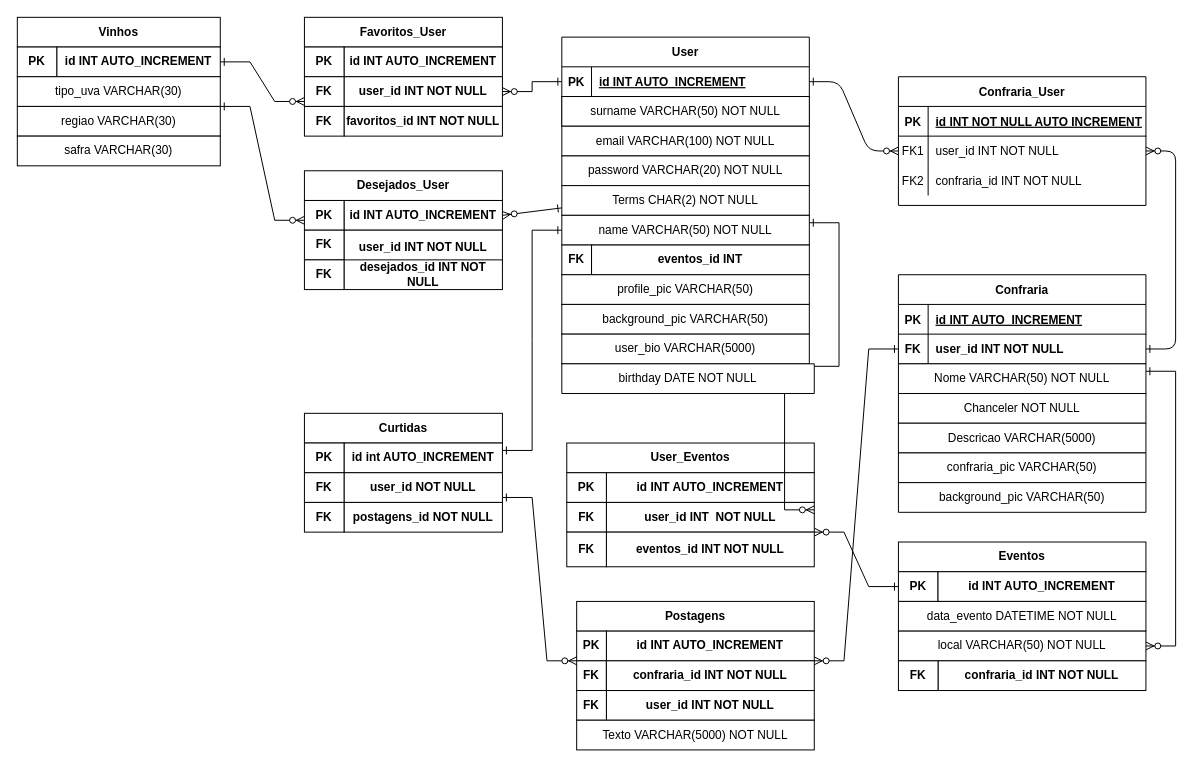
jairocket/projetoIntegrador-Wined keeps this draw.io diagram as ModeloBancoDeDados.drawio. Above is the earlier version. Source tidied: cells renumbered, new cells numbered last; positions are measured from the earlier drawing's top-left corner, leaving out a move shared by most shapes. Both pictures are drawn from the tidied source at 99%, with x=0, y=0 at pixel (17, 17).
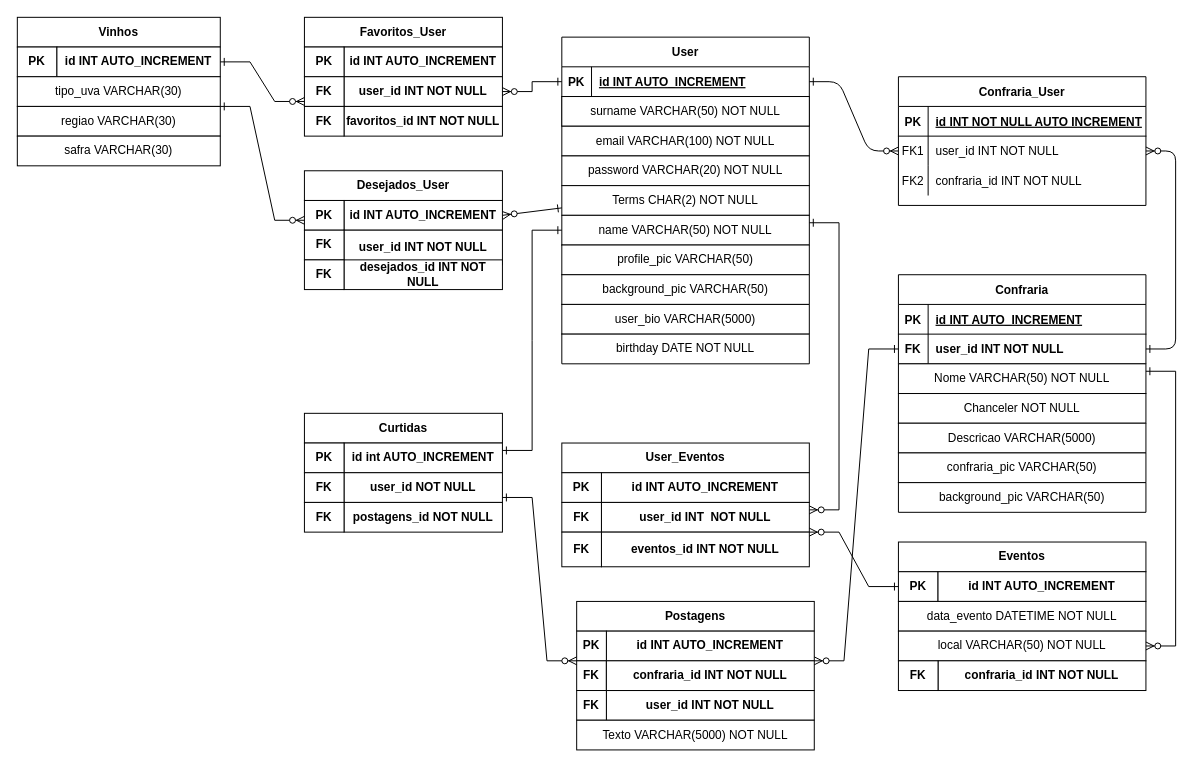
After the change.

Diff of the diagram source:
```diff
@@
     <mxCell id="63" value="&lt;b&gt;User_Eventos&lt;/b&gt;" style="rounded=0;whiteSpace=wrap;html=1;" parent="1" vertex="1">
-      <mxGeometry x="555" y="430" width="250" height="30" as="geometry" />
+      <mxGeometry x="550" y="430" width="250" height="30" as="geometry" />
     </mxCell>
     <mxCell id="64" value="&lt;b&gt;id INT AUTO_INCREMENT &lt;/b&gt;" style="rounded=0;whiteSpace=wrap;html=1;" parent="1" vertex="1">
-      <mxGeometry x="595" y="460" width="210" height="30" as="geometry" />
+      <mxGeometry x="590" y="460" width="210" height="30" as="geometry" />
     </mxCell>
     <mxCell id="65" value="&lt;b&gt;PK&lt;/b&gt;" style="rounded=0;whiteSpace=wrap;html=1;" parent="1" vertex="1">
-      <mxGeometry x="555" y="460" width="40" height="30" as="geometry" />
+      <mxGeometry x="550" y="460" width="40" height="30" as="geometry" />
     </mxCell>
     <mxCell id="66" value="&lt;b&gt;user_id INT&amp;nbsp; NOT NULL&lt;/b&gt;" style="rounded=0;whiteSpace=wrap;html=1;" parent="1" vertex="1">
-      <mxGeometry x="595" y="490" width="210" height="30" as="geometry" />
+      <mxGeometry x="590" y="490" width="210" height="30" as="geometry" />
     </mxCell>
     <mxCell id="67" value="&lt;b&gt;eventos_id INT NOT NULL&lt;/b&gt;" style="rounded=0;whiteSpace=wrap;html=1;" parent="1" vertex="1">
-      <mxGeometry x="595" y="520" width="210" height="35" as="geometry" />
+      <mxGeometry x="590" y="520" width="210" height="35" as="geometry" />
     </mxCell>
     <mxCell id="68" value="&lt;b&gt;FK&lt;/b&gt;" style="rounded=0;whiteSpace=wrap;html=1;" parent="1" vertex="1">
-      <mxGeometry x="555" y="490" width="40" height="30" as="geometry" />
+      <mxGeometry x="550" y="490" width="40" height="30" as="geometry" />
     </mxCell>
     <mxCell id="69" value="&lt;b&gt;FK&lt;/b&gt;" style="rounded=0;whiteSpace=wrap;html=1;" parent="1" vertex="1">
-      <mxGeometry x="555" y="520" width="40" height="35" as="geometry" />
+      <mxGeometry x="550" y="520" width="40" height="35" as="geometry" />
     </mxCell>
-    <mxCell id="70" value="&lt;b&gt;eventos_id INT&lt;/b&gt;" style="rounded=0;whiteSpace=wrap;html=1;" parent="1" vertex="1">
-      <mxGeometry x="580" y="230" width="220" height="30" as="geometry" />
-    </mxCell>
-    <mxCell id="71" value="&lt;b&gt;FK&lt;/b&gt;" style="rounded=0;whiteSpace=wrap;html=1;" parent="1" vertex="1">
-      <mxGeometry x="550" y="230" width="30" height="30" as="geometry" />
-    </mxCell>
@@
     <mxCell id="97" style="shape=table;html=1;whiteSpace=wrap;startSize=0;childLayout=tableLayout;" parent="1" vertex="1">
-      <mxGeometry x="550" y="260" width="250" height="30" as="geometry" />
+      <mxGeometry x="550" y="230" width="250" height="30" as="geometry" />
     </mxCell>
@@
     <mxCell id="100" style="shape=partialRectangle;html=1;whiteSpace=wrap;overflow=hidden;fillColor=none;top=0;left=0;bottom=0;right=0;" parent="1" vertex="1">
-      <mxGeometry x="550" y="290" width="250" height="30" as="geometry" />
+      <mxGeometry x="550" y="260" width="250" height="30" as="geometry" />
     </mxCell>
     <mxCell id="101" style="shape=table;html=1;whiteSpace=wrap;startSize=0;childLayout=tableLayout;" parent="1" vertex="1">
-      <mxGeometry x="550" y="290" width="250" height="30" as="geometry" />
+      <mxGeometry x="550" y="260" width="250" height="30" as="geometry" />
     </mxCell>
@@
     <mxCell id="104" style="shape=table;html=1;whiteSpace=wrap;startSize=0;childLayout=tableLayout;" parent="1" vertex="1">
-      <mxGeometry x="550" y="320" width="250" height="30" as="geometry" />
+      <mxGeometry x="550" y="290" width="250" height="30" as="geometry" />
     </mxCell>
@@
     <mxCell id="116" style="shape=table;html=1;whiteSpace=wrap;startSize=0;childLayout=tableLayout;" parent="1" vertex="1">
-      <mxGeometry x="550" y="350" width="255" height="30" as="geometry" />
+      <mxGeometry x="550" y="320" width="250" height="30" as="geometry" />
     </mxCell>
     <mxCell id="117" style="shape=partialRectangle;html=1;whiteSpace=wrap;fillColor=none;top=0;left=0;bottom=0;right=0;" parent="116" vertex="1">
-      <mxGeometry width="255" height="30" as="geometry" />
+      <mxGeometry width="250" height="30" as="geometry" />
     </mxCell>
     <mxCell id="118" value="birthday DATE NOT NULL" style="shape=partialRectangle;html=1;whiteSpace=wrap;overflow=hidden;fillColor=none;top=0;left=0;bottom=0;right=0;" parent="117" vertex="1">
-      <mxGeometry width="255" height="30" as="geometry" />
+      <mxGeometry width="250" height="30" as="geometry" />
     </mxCell>
```
